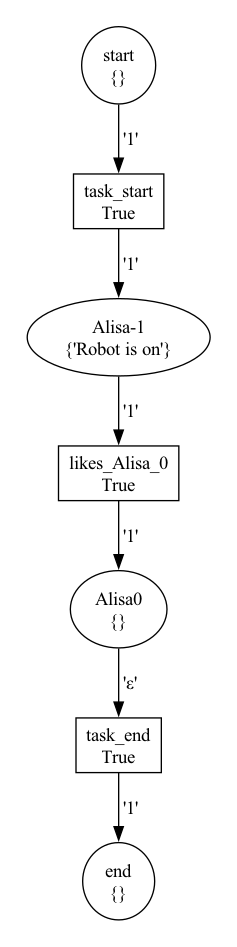
This is petri_net.png from auruo4ever/parallel_robots_nlp, a Graphviz export, as it was before one commit. Its source is kept beside it as petri_net.dot.
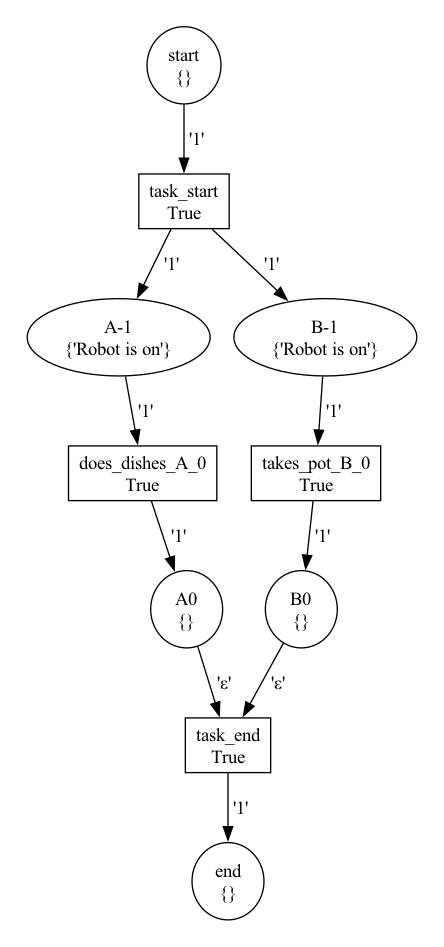
Above is the later version.

Change to the diagram source:
```diff
@@ -1,5 +1,5 @@
 digraph {
-	graph [bb="0,0,170,701.93",
+	graph [bb="0,0,325,701.93",
 		overlap=false,
 		splines=true
 	];
@@ -9,82 +9,119 @@
 		style=filled
 	];
 	edge [style=solid];
-	subgraph cluster_4610211760 {
-		graph [bb="8,8,162,693.93",
+	subgraph cluster_4675473760 {
+		graph [bb="8,8,317,693.93",
 			style=invis
 		];
 		node_0	[height=0.80532,
 			id=node_0,
 			label="start\n{}",
-			pos="85,656.94",
+			pos="134,656.94",
 			shape=ellipse,
 			tooltip=start,
 			width=0.77094];
 		node_1	[height=0.56944,
 			id=node_1,
 			label="task_start\nTrue",
-			pos="85,554.95",
+			pos="134,554.95",
 			shape=rectangle,
 			tooltip=task_start,
 			width=0.94097];
 		node_0 -> node_1	[arrowhead=normal,
 			label=" '1' ",
-			lp="94.375,601.7",
-			pos="e,85,575.83 85,627.55 85,614.91 85,599.99 85,587.04"];
+			lp="143.38,601.7",
+			pos="e,134,575.83 134,627.55 134,614.91 134,599.99 134,587.04"];
 		node_4	[height=0.80532,
 			id=node_4,
-			label="Alisa-1\n{'Robot is on'}",
+			label="A-1\n{'Robot is on'}",
 			pos="85,452.96",
 			shape=ellipse,
-			tooltip="Alisa-1",
+			tooltip="A-1",
 			width=1.9053];
 		node_1 -> node_4	[arrowhead=normal,
 			label=" '1' ",
-			lp="94.375,508.2",
-			pos="e,85,482.38 85,534.19 85,522.63 85,507.62 85,493.71"];
+			lp="124.7,508.2",
+			pos="e,98.556,481.62 124.32,534.19 118.39,522.1 110.62,506.23 103.54,491.8"];
+		node_7	[height=0.80532,
+			id=node_7,
+			label="B-1\n{'Robot is on'}",
+			pos="240,452.96",
+			shape=ellipse,
+			tooltip="B-1",
+			width=1.9053];
+		node_1 -> node_7	[arrowhead=normal,
+			label=" '1' ",
+			lp="199.55,508.2",
+			pos="e,212.4,479.99 155.2,533.95 169.19,520.75 187.88,503.12 204.15,487.78"];
 		node_2	[height=0.80532,
 			id=node_2,
 			label="end\n{}",
-			pos="85,44.991",
+			pos="167,44.991",
 			shape=ellipse,
 			tooltip=end,
 			width=0.75];
 		node_3	[height=0.56944,
 			id=node_3,
 			label="task_end\nTrue",
-			pos="85,146.98",
+			pos="167,146.98",
 			shape=rectangle,
 			tooltip=task_end,
 			width=0.88889];
 		node_3 -> node_2	[arrowhead=normal,
 			label=" '1' ",
-			lp="94.375,100.23",
-			pos="e,85,74.415 85,126.23 85,114.67 85,99.65 85,85.74"];
+			lp="176.38,100.23",
+			pos="e,167,74.415 167,126.23 167,114.67 167,99.65 167,85.74"];
 		node_5	[height=0.56944,
 			id=node_5,
-			label="likes_Alisa_0\nTrue",
-			pos="85,350.97",
+			label="does_dishes_A_0\nTrue",
+			pos="103,350.97",
 			shape=rectangle,
-			tooltip=likes_Alisa_0,
-			width=1.2535];
+			tooltip=does_dishes_A_0,
+			width=1.5451];
 		node_4 -> node_5	[arrowhead=normal,
 			label=" '1' ",
-			lp="94.375,397.72",
-			pos="e,85,371.85 85,423.57 85,410.93 85,396 85,383.06"];
+			lp="105.52,397.72",
+			pos="e,99.42,371.85 90.11,423.57 92.386,410.93 95.073,396 97.403,383.06"];
 		node_6	[height=0.80532,
 			id=node_6,
-			label="Alisa0\n{}",
-			pos="85,248.97",
+			label="A0\n{}",
+			pos="136,248.97",
 			shape=ellipse,
-			tooltip=Alisa0,
-			width=1.0066];
+			tooltip=A0,
+			width=0.75];
 		node_5 -> node_6	[arrowhead=normal,
 			label=" '1' ",
-			lp="94.375,304.22",
-			pos="e,85,278.4 85,330.21 85,318.65 85,303.63 85,289.72"];
+			lp="129.86,304.22",
+			pos="e,127.12,276.88 109.52,330.21 113.53,318.06 118.8,302.08 123.59,287.59"];
 		node_6 -> node_3	[arrowhead=normal,
 			label=" 'ε' ",
-			lp="94,193.73",
-			pos="e,85,167.87 85,219.59 85,206.95 85,192.02 85,179.08"];
+			lp="164.19,193.73",
+			pos="e,160.87,167.77 144.39,220.92 148.45,207.81 153.35,192.02 157.54,178.49"];
+		node_8	[height=0.56944,
+			id=node_8,
+			label="takes_pot_B_0\nTrue",
+			pos="233,350.97",
+			shape=rectangle,
+			tooltip=takes_pot_B_0,
+			width=1.3472];
+		node_7 -> node_8	[arrowhead=normal,
+			label=" '1' ",
+			lp="246.08,397.72",
+			pos="e,234.39,371.85 238.01,423.57 237.13,410.93 236.08,396 235.18,383.06"];
+		node_9	[height=0.80532,
+			id=node_9,
+			label="B0\n{}",
+			pos="222,248.97",
+			shape=ellipse,
+			tooltip=B0,
+			width=0.75];
+		node_8 -> node_9	[arrowhead=normal,
+			label=" '1' ",
+			lp="238.18,304.22",
+			pos="e,225.08,278.02 230.83,330.21 229.55,318.56 227.88,303.4 226.34,289.4"];
+		node_9 -> node_3	[arrowhead=normal,
+			label=" 'ε' ",
+			lp="205.15,193.73",
+			pos="e,177.92,167.83 208.55,223.51 200.97,209.74 191.45,192.44 183.44,177.87"];
 	}
 }
```
